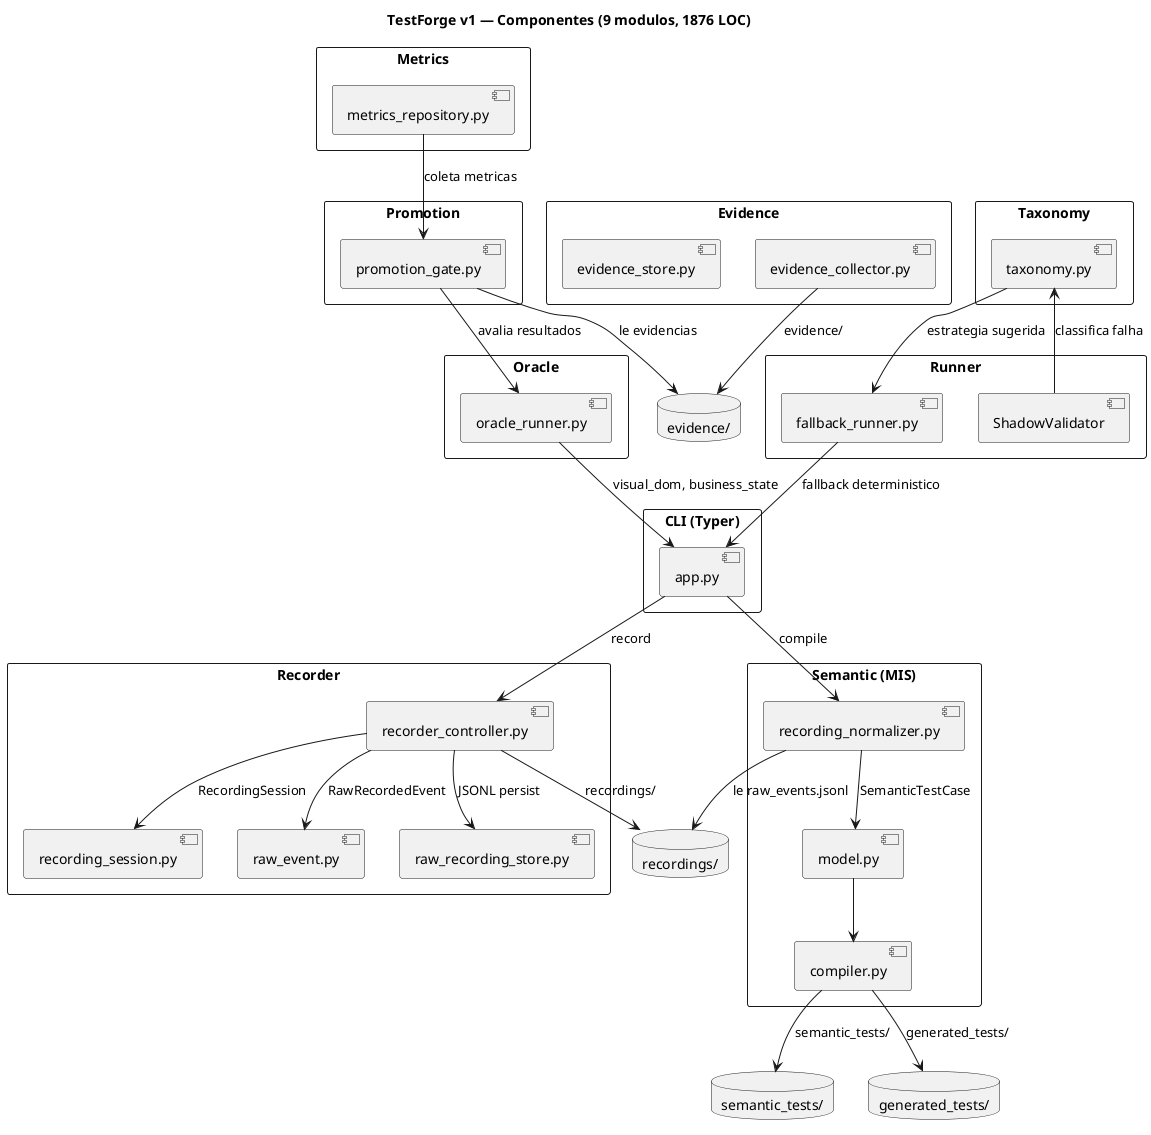
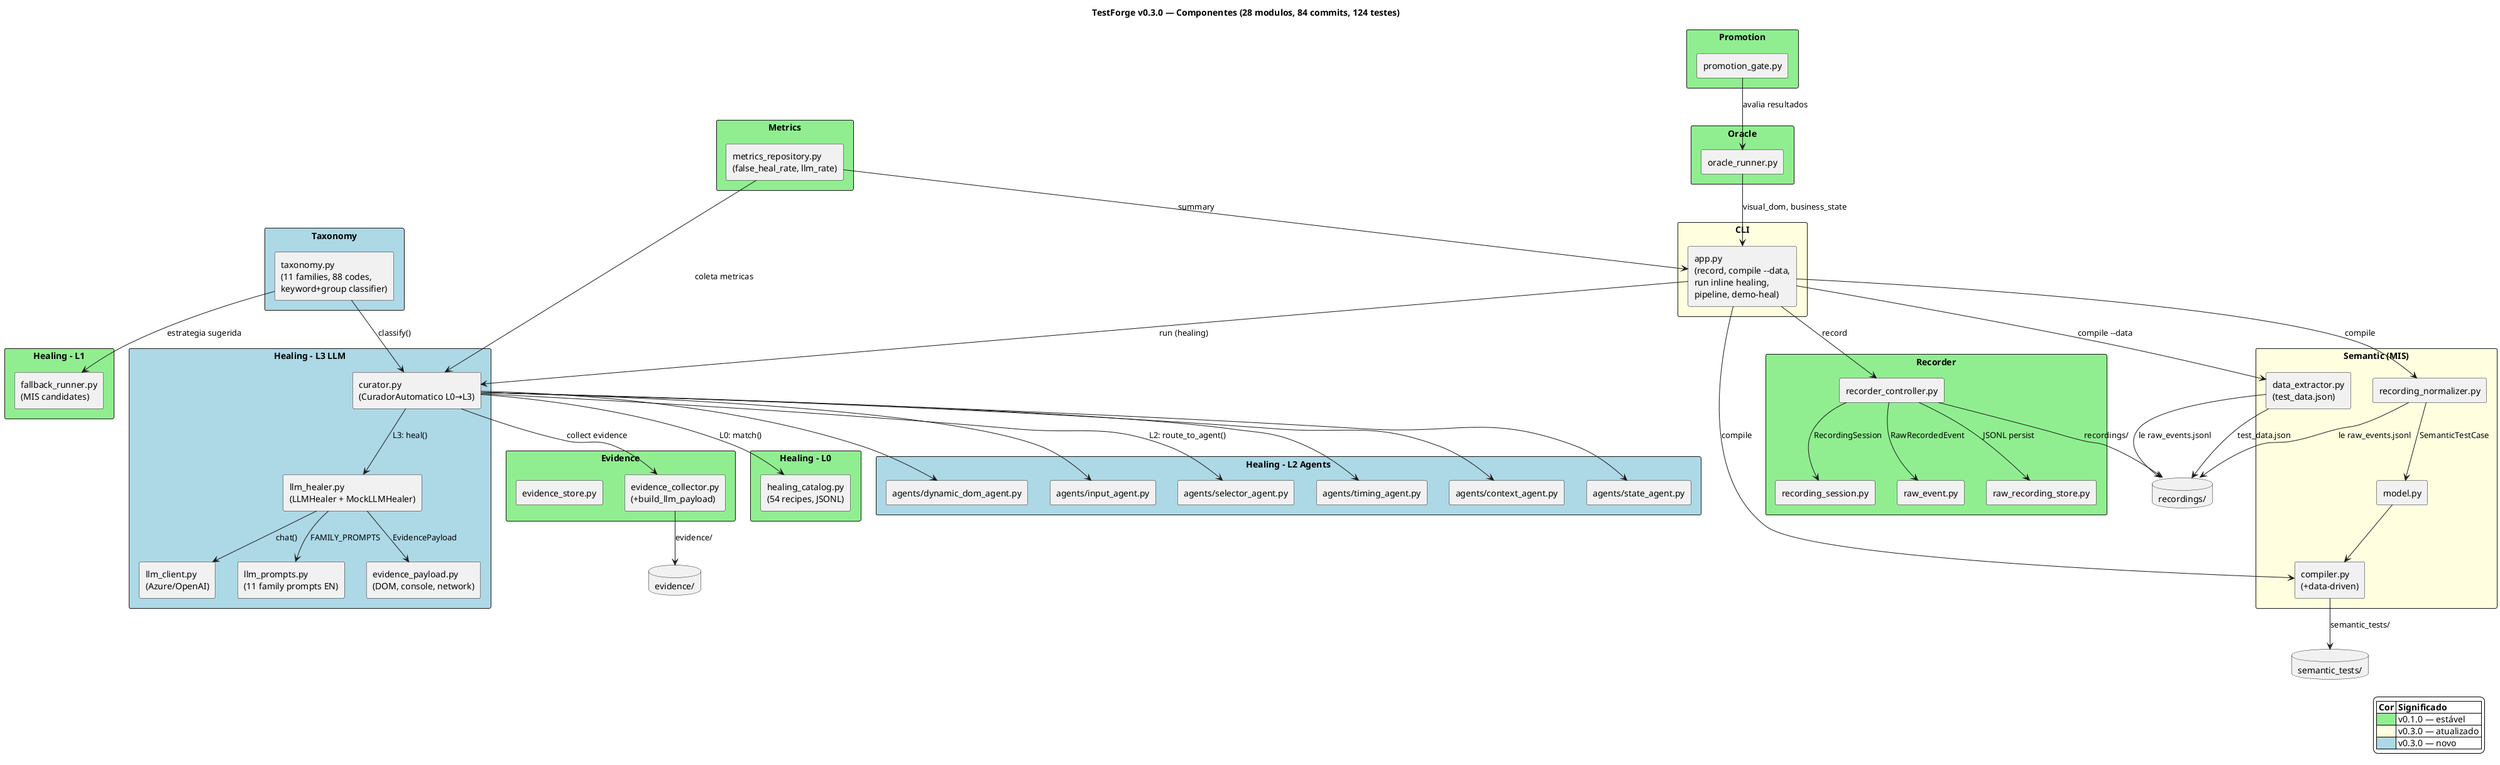
@startuml
- title TestForge v1 — Componentes (9 modulos, 1876 LOC)
+ title TestForge v0.3.0 — Componentes (28 modulos, 84 commits, 124 testes)

skinparam packageStyle rectangle
skinparam backgroundColor #FFFFFF
+ skinparam componentStyle rectangle

- package "CLI (Typer)" as cli {
-   [app.py] as App
+ ' === CLI ===
+ package "CLI" as cli #LightYellow {
+   [app.py\n(record, compile --data,\nrun inline healing,\npipeline, demo-heal)] as App
}

- package "Recorder" as recorder {
+ ' === Recorder ===
+ package "Recorder" as recorder #LightGreen {
  [recorder_controller.py] as RC
  [recording_session.py] as RS
  [raw_event.py] as RE
  [raw_recording_store.py] as RRS
}

- package "Evidence" as evidence {
-   [evidence_collector.py] as EC
+ ' === Evidence ===
+ package "Evidence" as evidence #LightGreen {
+   [evidence_collector.py\n(+build_llm_payload)] as EC
  [evidence_store.py] as ES
}

- package "Semantic (MIS)" as semantic {
+ ' === Semantic (MIS) ===
+ package "Semantic (MIS)" as semantic #LightYellow {
  [model.py] as Model
  [recording_normalizer.py] as RN
-   [compiler.py] as Compiler
+   [compiler.py\n(+data-driven)] as Compiler
+   [data_extractor.py\n(test_data.json)] as DE
}

- package "Oracle" as oracle {
+ ' === Healing L0-L3 ===
+ package "Healing - L0" as l0 #LightGreen {
+   [healing_catalog.py\n(54 recipes, JSONL)] as HC
+ }
+ 
+ package "Healing - L1" as l1 #LightGreen {
+   [fallback_runner.py\n(MIS candidates)] as FR
+ }
+ 
+ package "Healing - L2 Agents" as l2 #LightBlue {
+   [agents/selector_agent.py] as SA
+   [agents/timing_agent.py] as TA
+   [agents/context_agent.py] as CA
+   [agents/state_agent.py] as StA
+   [agents/dynamic_dom_agent.py] as DA
+   [agents/input_agent.py] as IA
+ }
+ 
+ package "Healing - L3 LLM" as l3 #LightBlue {
+   [llm_healer.py\n(LLMHealer + MockLLMHealer)] as LHealer
+   [llm_client.py\n(Azure/OpenAI)] as LClient
+   [llm_prompts.py\n(11 family prompts EN)] as LPrompts
+   [evidence_payload.py\n(DOM, console, network)] as EP
+   [curator.py\n(CuradorAutomatico L0→L3)] as Curator
+ }
+ 
+ ' === Oracle + Gate ===
+ package "Oracle" as oracle #LightGreen {
  [oracle_runner.py] as OR
}

- package "Promotion" as promotion {
+ package "Promotion" as promotion #LightGreen {
  [promotion_gate.py] as PG
}

- package "Taxonomy" as taxonomy {
-   [taxonomy.py] as TX
+ ' === Taxonomy ===
+ package "Taxonomy" as taxonomy #LightBlue {
+   [taxonomy.py\n(11 families, 88 codes,\nkeyword+group classifier)] as TX
}

- package "Runner" as runner {
-   [fallback_runner.py] as FR
-   [ShadowValidator] as SV
+ ' === Metrics ===
+ package "Metrics" as metrics #LightGreen {
+   [metrics_repository.py\n(false_heal_rate, llm_rate)] as MR
}

- package "Metrics" as metrics {
-   [metrics_repository.py] as MR
- }
- 
+ ' === Storage ===
database "recordings/" as rec
database "evidence/" as ev
database "semantic_tests/" as st
- database "generated_tests/" as gt

+ ' === CLI → Commands ===
App --> RC : record
App --> RN : compile
+ App --> Compiler : compile
+ App --> DE : compile --data
+ App --> Curator : run (healing)
+ 
+ ' === Recorder Flow ===
RC --> RE : RawRecordedEvent
RC --> RS : RecordingSession
RC --> RRS : JSONL persist
RC --> rec : recordings/

+ ' === Semantic Flow ===
RN --> rec : le raw_events.jsonl
RN --> Model : SemanticTestCase
Model --> Compiler
Compiler --> st : semantic_tests/
- Compiler --> gt : generated_tests/
+ DE --> rec : le raw_events.jsonl
+ DE --> rec : test_data.json

+ ' === Healing Pipeline L0→L3 ===
+ Curator --> HC : L0: match()
+ Curator --> SA : L2: route_to_agent()
+ Curator --> TA
+ Curator --> CA
+ Curator --> StA
+ Curator --> DA
+ Curator --> IA
+ Curator --> LHealer : L3: heal()
+ LHealer --> LClient : chat()
+ LHealer --> LPrompts : FAMILY_PROMPTS
+ LHealer --> EP : EvidencePayload
+ Curator --> EC : collect evidence
+ 
+ ' === Oracle + Gate ===
OR --> App : visual_dom, business_state
PG --> OR : avalia resultados
- PG --> ev : le evidencias
EC --> ev : evidence/

- FR --> App : fallback deterministico
- SV --> TX : classifica falha
+ ' === Taxonomy ===
+ TX --> Curator : classify()
TX --> FR : estrategia sugerida

- MR --> PG : coleta metricas
+ ' === Metrics ===
+ MR --> Curator : coleta metricas
+ MR --> App : summary
+ 
+ ' === Legend ===
+ legend right
+   |= Cor |= Significado |
+   | <#LightGreen> | v0.1.0 — estável |
+   | <#LightYellow> | v0.3.0 — atualizado |
+   | <#LightBlue> | v0.3.0 — novo |
+ endlegend

@enduml
